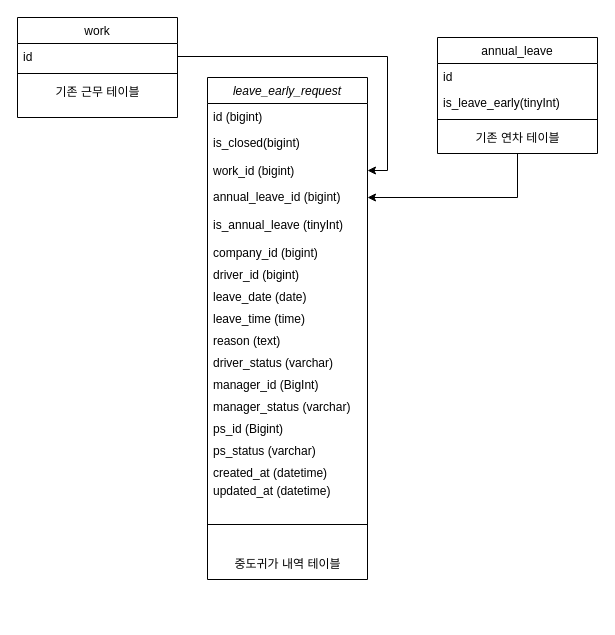
Earlier version of the draw.io diagram leaveEalry/leave_early_request.drawio (kikii-develope/system_architecture_design). Source tidied: cells renumbered, new cells numbered last; positions are measured from the earlier drawing's top-left corner, leaving out a move shared by most shapes. Both pictures are drawn from the tidied source at 100%, with x=0, y=0 at pixel (17, 17).
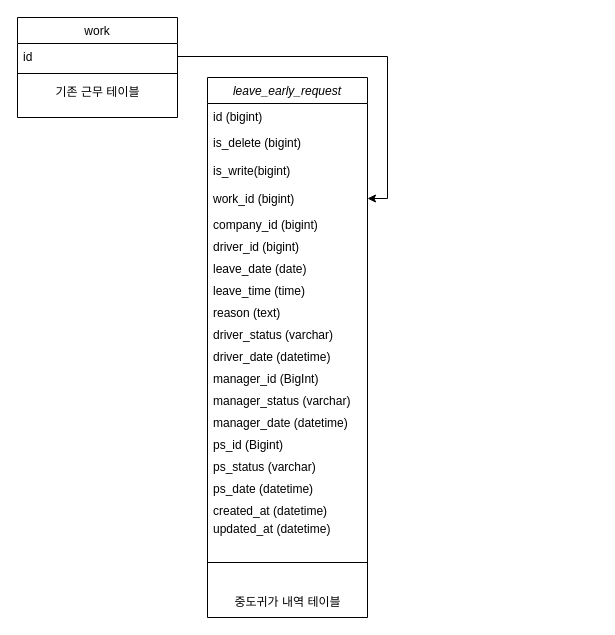
The same page after the edit.

The edit, as a diff of the source:
```diff
@@
     <mxCell id="2" value="leave_early_request" style="swimlane;fontStyle=2;align=center;verticalAlign=top;horizontal=1;startSize=26;rounded=0;shadow=0;strokeWidth=1;" parent="1" vertex="1">
-      <mxGeometry x="190" y="60" width="160" height="502" as="geometry" />
+      <mxGeometry x="190" y="60" width="160" height="540" as="geometry" />
     </mxCell>
@@
+    <mxCell id="33" value="is_delete (bigint)" style="text;align=left;verticalAlign=top;spacingLeft=4;spacingRight=4;overflow=hidden;rounded=0;shadow=0;html=0;" parent="2" vertex="1">
+      <mxGeometry y="52" width="160" height="28" as="geometry" />
+    </mxCell>
-    <mxCell id="4" value="is_closed(bigint)" style="text;align=left;verticalAlign=top;spacingLeft=4;spacingRight=4;overflow=hidden;rounded=0;shadow=0;html=0;" parent="2" vertex="1">
-      <mxGeometry y="52" width="160" height="28" as="geometry" />
+    <mxCell id="4" value="is_write(bigint)" style="text;align=left;verticalAlign=top;spacingLeft=4;spacingRight=4;overflow=hidden;rounded=0;shadow=0;html=0;" parent="2" vertex="1">
+      <mxGeometry y="80" width="160" height="28" as="geometry" />
     </mxCell>
     <mxCell id="5" value="work_id (bigint)" style="text;align=left;verticalAlign=top;spacingLeft=4;spacingRight=4;overflow=hidden;points=[[0,0.5],[1,0.5]];portConstraint=eastwest;" parent="2" vertex="1">
-      <mxGeometry y="80" width="160" height="26" as="geometry" />
+      <mxGeometry y="108" width="160" height="26" as="geometry" />
     </mxCell>
-    <mxCell id="6" value="annual_leave_id (bigint)&#10;" style="text;align=left;verticalAlign=top;spacingLeft=4;spacingRight=4;overflow=hidden;points=[[0,0.5],[1,0.5]];portConstraint=eastwest;rounded=0;shadow=0;html=0;" parent="2" vertex="1">
-      <mxGeometry y="106" width="160" height="28" as="geometry" />
-    </mxCell>
-    <mxCell id="7" value="is_annual_leave (tinyInt)" style="text;align=left;verticalAlign=top;spacingLeft=4;spacingRight=4;overflow=hidden;rounded=0;shadow=0;html=0;" parent="2" vertex="1">
-      <mxGeometry y="134" width="160" height="28" as="geometry" />
-    </mxCell>
     <mxCell id="8" value="company_id (bigint)" style="text;align=left;verticalAlign=top;spacingLeft=4;spacingRight=4;overflow=hidden;rounded=0;shadow=0;html=0;" parent="2" vertex="1">
-      <mxGeometry y="162" width="160" height="22" as="geometry" />
+      <mxGeometry y="134" width="160" height="22" as="geometry" />
     </mxCell>
     <mxCell id="9" value="driver_id (bigint)" style="text;align=left;verticalAlign=top;spacingLeft=4;spacingRight=4;overflow=hidden;rounded=0;shadow=0;html=0;" parent="2" vertex="1">
-      <mxGeometry y="184" width="160" height="22" as="geometry" />
+      <mxGeometry y="156" width="160" height="22" as="geometry" />
     </mxCell>
     <mxCell id="10" value="leave_date (date)" style="text;align=left;verticalAlign=top;spacingLeft=4;spacingRight=4;overflow=hidden;rounded=0;shadow=0;html=0;" parent="2" vertex="1">
-      <mxGeometry y="206" width="160" height="22" as="geometry" />
+      <mxGeometry y="178" width="160" height="22" as="geometry" />
     </mxCell>
     <mxCell id="11" value="leave_time (time)" style="text;align=left;verticalAlign=top;spacingLeft=4;spacingRight=4;overflow=hidden;rounded=0;shadow=0;html=0;" parent="2" vertex="1">
-      <mxGeometry y="228" width="160" height="22" as="geometry" />
+      <mxGeometry y="200" width="160" height="22" as="geometry" />
     </mxCell>
     <mxCell id="12" value="reason (text)                   " style="text;align=left;verticalAlign=top;spacingLeft=4;spacingRight=4;overflow=hidden;rounded=0;shadow=0;html=0;" parent="2" vertex="1">
-      <mxGeometry y="250" width="160" height="22" as="geometry" />
+      <mxGeometry y="222" width="160" height="22" as="geometry" />
     </mxCell>
     <mxCell id="13" value="driver_status (varchar)" style="text;align=left;verticalAlign=top;spacingLeft=4;spacingRight=4;overflow=hidden;rounded=0;shadow=0;html=0;" parent="2" vertex="1">
-      <mxGeometry y="272" width="160" height="22" as="geometry" />
+      <mxGeometry y="244" width="160" height="22" as="geometry" />
     </mxCell>
+    <mxCell id="34" value="driver_date (datetime)" style="text;align=left;verticalAlign=top;spacingLeft=4;spacingRight=4;overflow=hidden;rounded=0;shadow=0;html=0;" parent="2" vertex="1">
+      <mxGeometry y="266" width="160" height="22" as="geometry" />
+    </mxCell>
     <mxCell id="14" value="manager_id (BigInt)" style="text;align=left;verticalAlign=top;spacingLeft=4;spacingRight=4;overflow=hidden;rounded=0;shadow=0;html=0;" parent="2" vertex="1">
-      <mxGeometry y="294" width="160" height="22" as="geometry" />
+      <mxGeometry y="288" width="160" height="22" as="geometry" />
     </mxCell>
     <mxCell id="15" value="manager_status (varchar)" style="text;align=left;verticalAlign=top;spacingLeft=4;spacingRight=4;overflow=hidden;rounded=0;shadow=0;html=0;" parent="2" vertex="1">
-      <mxGeometry y="316" width="160" height="22" as="geometry" />
+      <mxGeometry y="310" width="160" height="22" as="geometry" />
     </mxCell>
+    <mxCell id="35" value="manager_date (datetime)" style="text;align=left;verticalAlign=top;spacingLeft=4;spacingRight=4;overflow=hidden;rounded=0;shadow=0;html=0;" parent="2" vertex="1">
+      <mxGeometry y="332" width="160" height="22" as="geometry" />
+    </mxCell>
     <mxCell id="16" value="ps_id (Bigint)" style="text;align=left;verticalAlign=top;spacingLeft=4;spacingRight=4;overflow=hidden;rounded=0;shadow=0;html=0;" parent="2" vertex="1">
-      <mxGeometry y="338" width="160" height="22" as="geometry" />
+      <mxGeometry y="354" width="160" height="22" as="geometry" />
     </mxCell>
     <mxCell id="17" value="ps_status (varchar)" style="text;align=left;verticalAlign=top;spacingLeft=4;spacingRight=4;overflow=hidden;rounded=0;shadow=0;html=0;" parent="2" vertex="1">
-      <mxGeometry y="360" width="160" height="22" as="geometry" />
+      <mxGeometry y="376" width="160" height="22" as="geometry" />
     </mxCell>
+    <mxCell id="36" value="ps_date (datetime)" style="text;align=left;verticalAlign=top;spacingLeft=4;spacingRight=4;overflow=hidden;rounded=0;shadow=0;html=0;" parent="2" vertex="1">
+      <mxGeometry y="398" width="160" height="22" as="geometry" />
+    </mxCell>
     <mxCell id="18" value="created_at (datetime)" style="text;align=left;verticalAlign=top;spacingLeft=4;spacingRight=4;overflow=hidden;rounded=0;shadow=0;html=0;" parent="2" vertex="1">
-      <mxGeometry y="382" width="160" height="18" as="geometry" />
+      <mxGeometry y="420" width="160" height="18" as="geometry" />
     </mxCell>
     <mxCell id="19" value="updated_at (datetime)" style="text;align=left;verticalAlign=top;spacingLeft=4;spacingRight=4;overflow=hidden;rounded=0;shadow=0;html=0;" parent="2" vertex="1">
-      <mxGeometry y="400" width="160" height="22" as="geometry" />
+      <mxGeometry y="438" width="160" height="22" as="geometry" />
     </mxCell>
     <mxCell id="20" style="line;html=1;strokeWidth=1;align=left;verticalAlign=middle;spacingTop=-1;spacingLeft=3;spacingRight=3;labelPosition=right;" parent="2" vertex="1">
-      <mxGeometry y="422" width="160" height="50" as="geometry" />
+      <mxGeometry y="460" width="160" height="50" as="geometry" />
     </mxCell>
     <mxCell id="21" value="중도귀가 내역 테이블" style="text;html=1;align=center;verticalAlign=middle;strokeColor=none;fillColor=none;" parent="2" vertex="1">
-      <mxGeometry y="472" width="160" height="30" as="geometry" />
+      <mxGeometry y="510" width="160" height="30" as="geometry" />
     </mxCell>
-    <mxCell id="22" style="edgeStyle=orthogonalEdgeStyle;rounded=0;jettySize=auto;html=1;" parent="1" edge="1" source="23" target="6">
-      <mxGeometry relative="1" as="geometry" />
-    </mxCell>
-    <mxCell id="23" value="annual_leave" style="swimlane;fontStyle=0;align=center;verticalAlign=top;horizontal=1;startSize=26;rounded=0;shadow=0;strokeWidth=1;" parent="1" vertex="1">
-      <mxGeometry x="420" y="20" width="160" height="116" as="geometry" />
-    </mxCell>
-    <mxCell id="24" value="id" style="text;align=left;verticalAlign=top;spacingLeft=4;spacingRight=4;overflow=hidden;" parent="23" vertex="1">
-      <mxGeometry y="26" width="160" height="26" as="geometry" />
-    </mxCell>
-    <mxCell id="25" value="is_leave_early(tinyInt)" style="text;align=left;verticalAlign=top;spacingLeft=4;spacingRight=4;overflow=hidden;" parent="23" vertex="1">
-      <mxGeometry y="52" width="160" height="26" as="geometry" />
-    </mxCell>
-    <mxCell id="26" style="line;html=1;strokeWidth=1;align=left;verticalAlign=middle;spacingTop=-1;spacingLeft=3;spacingRight=3;labelPosition=right;" parent="23" vertex="1">
-      <mxGeometry y="78" width="160" height="8" as="geometry" />
-    </mxCell>
-    <mxCell id="27" value="기존 연차 테이블" style="text;html=1;align=center;verticalAlign=middle;strokeColor=none;fillColor=none;" parent="23" vertex="1">
-      <mxGeometry y="86" width="160" height="30" as="geometry" />
-    </mxCell>
```
